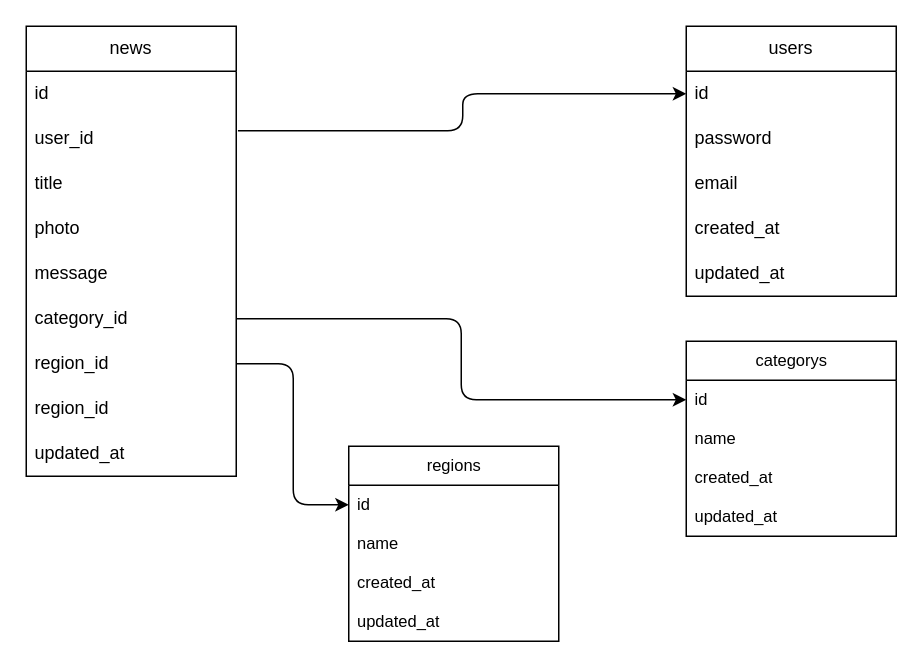
Earlier version of the draw.io diagram data-base-structure.drawio (yuldoshevfaxriddin/yangiliklarSayti). Source tidied: cells renumbered, new cells numbered last; positions are measured from the earlier drawing's top-left corner, leaving out a move shared by most shapes. Both pictures are drawn from the tidied source at 150%, with x=0, y=0 at pixel (26, 26).
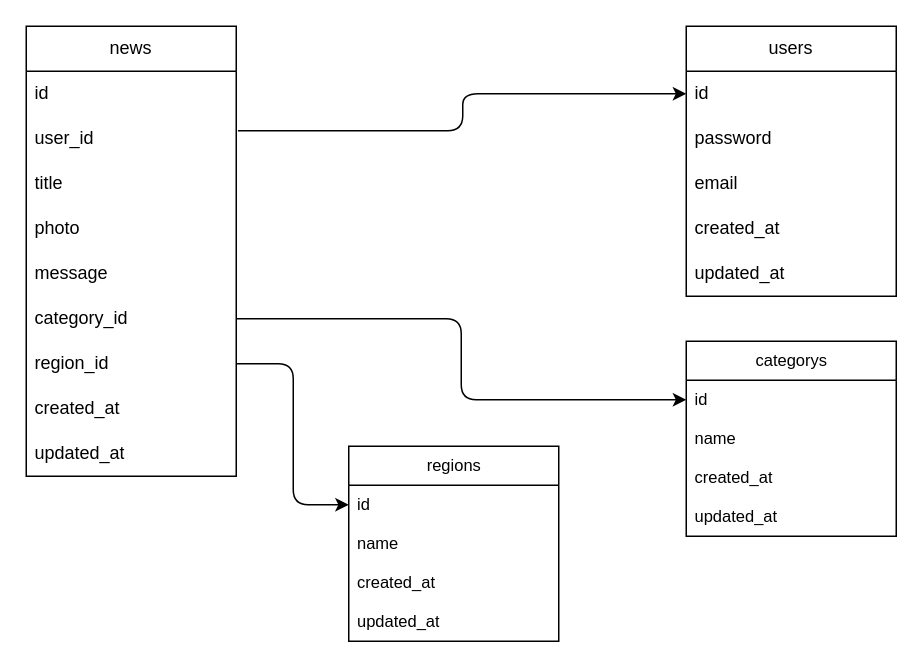
After the change.

Unchanged cells that the change refers to:
```xml
<mxCell id="2" value="news" style="swimlane;fontStyle=0;horizontal=1;startSize=30;whiteSpace=wrap;html=1;" parent="1" vertex="1">
  <mxGeometry width="140" height="300" as="geometry" />
</mxCell>
```

Change to the diagram source:
```diff
@@
-    <mxCell id="10" value="region_id" style="text;strokeColor=none;fillColor=none;align=left;verticalAlign=middle;spacingLeft=4;spacingRight=4;overflow=hidden;whiteSpace=wrap;html=1;" parent="2" vertex="1">
+    <mxCell id="10" value="created_at" style="text;strokeColor=none;fillColor=none;align=left;verticalAlign=middle;spacingLeft=4;spacingRight=4;overflow=hidden;whiteSpace=wrap;html=1;" parent="2" vertex="1">
       <mxGeometry y="240" width="140" height="30" as="geometry" />
     </mxCell>
```
